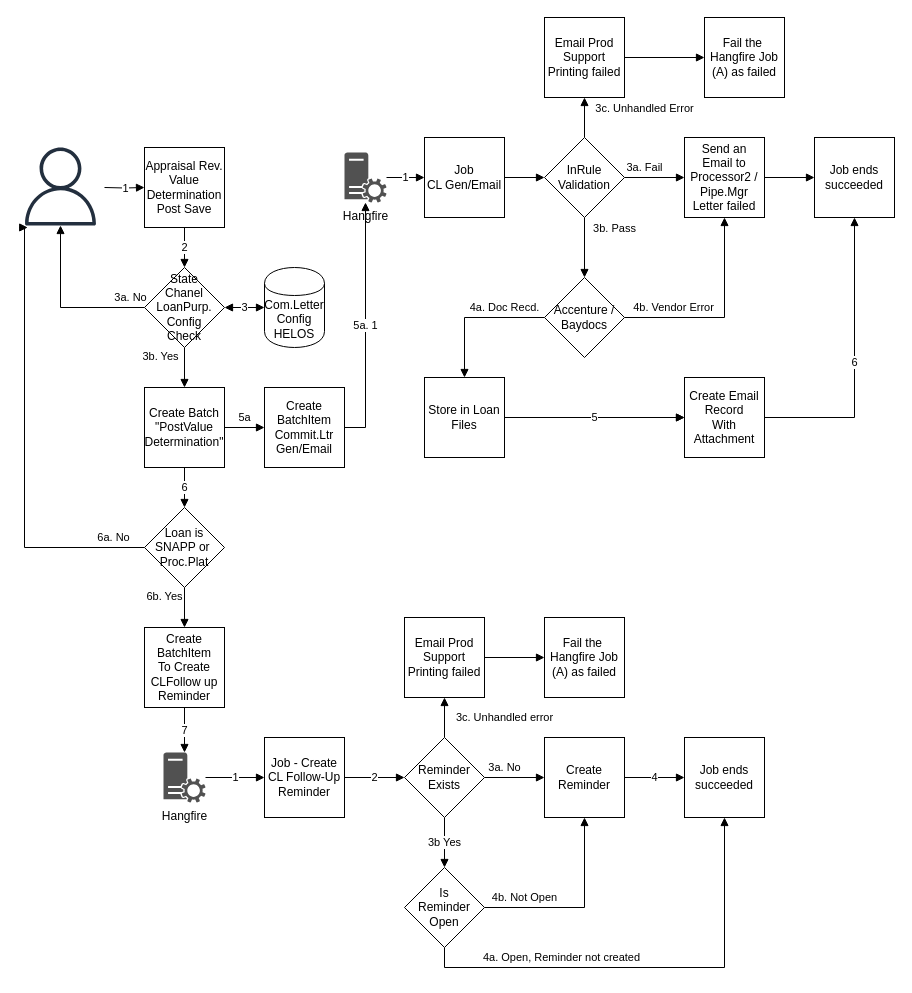
lhesnadeemshaikh/los keeps this draw.io diagram as page "WS/CLP" (4 of 6) of Untitled Diagram.drawio. Above is the earlier version. Source tidied: cells renumbered, new cells numbered last; positions are measured from the earlier drawing's top-left corner, leaving out a move shared by most shapes. Both pictures are drawn from the tidied source at 100%, with x=0, y=0 at pixel (21, 17).
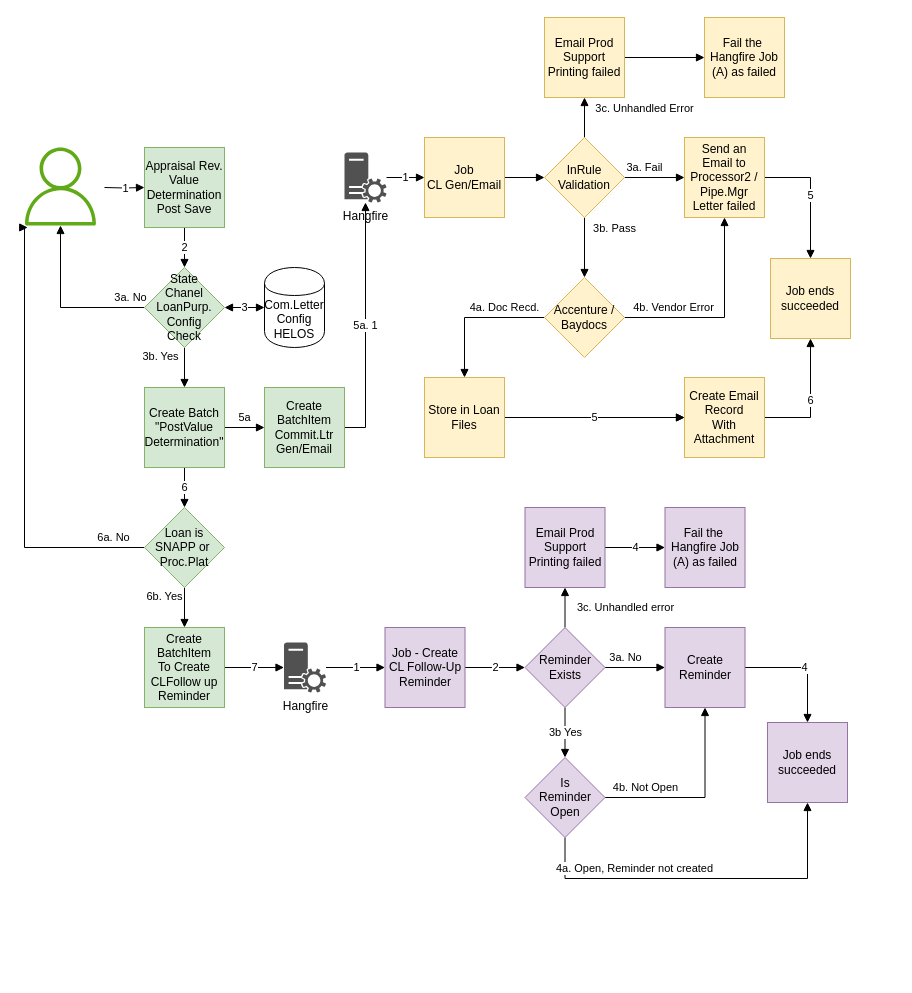
The same diagram, later.

Diff of the diagram source:
```diff
@@
-    <mxCell id="4" value="Appraisal Rev.&lt;br&gt;Value Determination&lt;br&gt;Post Save" style="whiteSpace=wrap;html=1;" parent="1" vertex="1">
+    <mxCell id="4" value="Appraisal Rev.&lt;br&gt;Value Determination&lt;br&gt;Post Save" style="whiteSpace=wrap;html=1;fillColor=#d5e8d4;strokeColor=#82b366;" parent="1" vertex="1">
       <mxGeometry x="123" y="130" width="80" height="80" as="geometry" />
     </mxCell>
@@
-    <mxCell id="6" value="Job&lt;br&gt;CL Gen/Email" style="whiteSpace=wrap;html=1;" parent="1" vertex="1">
+    <mxCell id="6" value="Job&lt;br&gt;CL Gen/Email" style="whiteSpace=wrap;html=1;fillColor=#fff2cc;strokeColor=#d6b656;" parent="1" vertex="1">
       <mxGeometry x="403" y="120" width="80" height="80" as="geometry" />
     </mxCell>
@@
-    <mxCell id="11" value="Accenture / Baydocs" style="rhombus;whiteSpace=wrap;html=1;" parent="1" vertex="1">
+    <mxCell id="11" value="Accenture / Baydocs" style="rhombus;whiteSpace=wrap;html=1;fillColor=#fff2cc;strokeColor=#d6b656;" parent="1" vertex="1">
       <mxGeometry x="523" y="260" width="80" height="80" as="geometry" />
     </mxCell>
@@
-    <mxCell id="14" value="Store in Loan&lt;br&gt;Files" style="whiteSpace=wrap;html=1;" parent="1" vertex="1">
+    <mxCell id="14" value="Store in Loan&lt;br&gt;Files" style="whiteSpace=wrap;html=1;fillColor=#fff2cc;strokeColor=#d6b656;" parent="1" vertex="1">
       <mxGeometry x="403" y="360" width="80" height="80" as="geometry" />
     </mxCell>
@@
-    <mxCell id="16" value="Create Email Record&lt;br&gt;With Attachment" style="whiteSpace=wrap;html=1;" parent="1" vertex="1">
+    <mxCell id="16" value="Create Email Record&lt;br&gt;With Attachment" style="whiteSpace=wrap;html=1;fillColor=#fff2cc;strokeColor=#d6b656;" parent="1" vertex="1">
       <mxGeometry x="663" y="360" width="80" height="80" as="geometry" />
     </mxCell>
@@
-    <mxCell id="19" value="Create Batch&lt;br&gt;&quot;PostValue&lt;br&gt;Determination&quot;" style="whiteSpace=wrap;html=1;" parent="1" vertex="1">
+    <mxCell id="19" value="Create Batch&lt;br&gt;&quot;PostValue&lt;br&gt;Determination&quot;" style="whiteSpace=wrap;html=1;fillColor=#d5e8d4;strokeColor=#82b366;" parent="1" vertex="1">
       <mxGeometry x="123" y="370" width="80" height="80" as="geometry" />
     </mxCell>
@@
-    <mxCell id="22" value="Job - Create CL Follow-Up Reminder" style="whiteSpace=wrap;html=1;" parent="1" vertex="1">
-      <mxGeometry x="243" y="720" width="80" height="80" as="geometry" />
+    <mxCell id="22" value="Job - Create CL Follow-Up Reminder" style="whiteSpace=wrap;html=1;fillColor=#e1d5e7;strokeColor=#9673a6;" parent="1" vertex="1">
+      <mxGeometry x="363.5" y="610" width="80" height="80" as="geometry" />
     </mxCell>
@@
-    <mxCell id="25" value="Loan is SNAPP or&amp;nbsp;&lt;br&gt;Proc.Plat" style="rhombus;whiteSpace=wrap;html=1;" parent="1" vertex="1">
+    <mxCell id="25" value="Loan is SNAPP or&amp;nbsp;&lt;br&gt;Proc.Plat" style="rhombus;whiteSpace=wrap;html=1;fillColor=#d5e8d4;strokeColor=#82b366;" parent="1" vertex="1">
       <mxGeometry x="123" y="490" width="80" height="80" as="geometry" />
     </mxCell>
@@
     <mxCell id="27" value="Hangfire" style="shadow=0;dashed=0;html=1;strokeColor=none;labelPosition=center;verticalLabelPosition=bottom;verticalAlign=top;align=center;fillColor=#515151;shape=mxgraph.mscae.system_center.roles;" parent="1" vertex="1">
-      <mxGeometry x="142" y="735" width="42" height="50" as="geometry" />
+      <mxGeometry x="262.5" y="625" width="42" height="50" as="geometry" />
     </mxCell>
-    <mxCell id="28" style="outlineConnect=0;fontColor=#232F3E;gradientColor=none;fillColor=#232F3E;strokeColor=none;dashed=0;verticalLabelPosition=bottom;verticalAlign=top;align=center;html=1;fontSize=12;fontStyle=0;shape=mxgraph.aws4.user;" parent="1" vertex="1">
+    <mxCell id="28" style="outlineConnect=0;fillColor=#60a917;strokeColor=#2D7600;dashed=0;verticalLabelPosition=bottom;verticalAlign=top;align=center;html=1;fontSize=12;fontStyle=0;shape=mxgraph.aws4.user;fontColor=#ffffff;" parent="1" vertex="1">
       <mxGeometry y="130" width="78" height="78" as="geometry" />
     </mxCell>
@@
-    <mxCell id="32" value="State &lt;br&gt;Chanel LoanPurp.&lt;br&gt;Config&lt;br&gt;Check" style="rhombus;whiteSpace=wrap;html=1;" parent="1" vertex="1">
+    <mxCell id="32" value="State &lt;br&gt;Chanel LoanPurp.&lt;br&gt;Config&lt;br&gt;Check" style="rhombus;whiteSpace=wrap;html=1;fillColor=#d5e8d4;strokeColor=#82b366;" parent="1" vertex="1">
       <mxGeometry x="123" y="250" width="80" height="80" as="geometry" />
     </mxCell>
@@
-    <mxCell id="34" value="Create BatchItem&lt;br&gt;Commit.Ltr&lt;br&gt;Gen/Email" style="whiteSpace=wrap;html=1;" parent="1" vertex="1">
+    <mxCell id="34" value="Create BatchItem&lt;br&gt;Commit.Ltr&lt;br&gt;Gen/Email" style="whiteSpace=wrap;html=1;fillColor=#d5e8d4;strokeColor=#82b366;" parent="1" vertex="1">
       <mxGeometry x="243" y="370" width="80" height="80" as="geometry" />
     </mxCell>
-    <mxCell id="35" value="7" style="edgeStyle=orthogonalEdgeStyle;rounded=0;jettySize=auto;html=1;entryX=0.5;entryY=0;entryDx=0;entryDy=0;entryPerimeter=0;startArrow=none;startFill=0;endArrow=block;endFill=1;" parent="1" edge="1" source="36" target="27">
+    <mxCell id="35" value="7" style="edgeStyle=orthogonalEdgeStyle;rounded=0;jettySize=auto;html=1;entryX=0;entryY=0.5;entryDx=0;entryDy=0;entryPerimeter=0;startArrow=none;startFill=0;endArrow=block;endFill=1;" parent="1" edge="1" source="36" target="27">
       <mxGeometry relative="1" as="geometry" />
     </mxCell>
-    <mxCell id="36" value="Create BatchItem&lt;br&gt;To Create&lt;br&gt;CLFollow up Reminder" style="whiteSpace=wrap;html=1;" parent="1" vertex="1">
+    <mxCell id="36" value="Create BatchItem&lt;br&gt;To Create&lt;br&gt;CLFollow up Reminder" style="whiteSpace=wrap;html=1;fillColor=#d5e8d4;strokeColor=#82b366;" parent="1" vertex="1">
       <mxGeometry x="123" y="610" width="80" height="80" as="geometry" />
     </mxCell>
@@
-    <mxCell id="40" value="InRule Validation" style="rhombus;whiteSpace=wrap;html=1;" parent="1" vertex="1">
+    <mxCell id="40" value="InRule Validation" style="rhombus;whiteSpace=wrap;html=1;fillColor=#fff2cc;strokeColor=#d6b656;" parent="1" vertex="1">
       <mxGeometry x="523" y="120" width="80" height="80" as="geometry" />
     </mxCell>
-    <mxCell id="41" style="edgeStyle=orthogonalEdgeStyle;rounded=0;jettySize=auto;html=1;entryX=0;entryY=0.5;entryDx=0;entryDy=0;startArrow=none;startFill=0;endArrow=block;endFill=1;" parent="1" edge="1" source="42" target="43">
+    <mxCell id="41" value="5" style="edgeStyle=orthogonalEdgeStyle;rounded=0;jettySize=auto;html=1;entryX=0.5;entryY=0;entryDx=0;entryDy=0;startArrow=none;startFill=0;endArrow=block;endFill=1;" parent="1" edge="1" source="42" target="43">
       <mxGeometry relative="1" as="geometry" />
     </mxCell>
-    <mxCell id="42" value="Send an Email to Processor2 / Pipe.Mgr&lt;br&gt;Letter failed" style="whiteSpace=wrap;html=1;" parent="1" vertex="1">
+    <mxCell id="42" value="Send an Email to Processor2 / Pipe.Mgr&lt;br&gt;Letter failed" style="whiteSpace=wrap;html=1;fillColor=#fff2cc;strokeColor=#d6b656;" parent="1" vertex="1">
       <mxGeometry x="663" y="120" width="80" height="80" as="geometry" />
     </mxCell>
-    <mxCell id="43" value="Job ends succeeded" style="whiteSpace=wrap;html=1;" parent="1" vertex="1">
-      <mxGeometry x="793" y="120" width="80" height="80" as="geometry" />
+    <mxCell id="43" value="Job ends succeeded" style="whiteSpace=wrap;html=1;fillColor=#fff2cc;strokeColor=#d6b656;" parent="1" vertex="1">
+      <mxGeometry x="749" y="241" width="80" height="80" as="geometry" />
     </mxCell>
@@
-    <mxCell id="45" value="Email Prod Support&lt;br&gt;Printing failed" style="whiteSpace=wrap;html=1;" parent="1" vertex="1">
+    <mxCell id="45" value="Email Prod Support&lt;br&gt;Printing failed" style="whiteSpace=wrap;html=1;fillColor=#fff2cc;strokeColor=#d6b656;" parent="1" vertex="1">
       <mxGeometry x="523" width="80" height="80" as="geometry" />
     </mxCell>
-    <mxCell id="46" value="Fail the&amp;nbsp; Hangfire Job (A) as failed" style="whiteSpace=wrap;html=1;" parent="1" vertex="1">
+    <mxCell id="46" value="Fail the&amp;nbsp; Hangfire Job (A) as failed" style="whiteSpace=wrap;html=1;fillColor=#fff2cc;strokeColor=#d6b656;" parent="1" vertex="1">
       <mxGeometry x="683" width="80" height="80" as="geometry" />
     </mxCell>
@@
-    <mxCell id="50" value="Reminder&lt;br&gt;Exists" style="rhombus;whiteSpace=wrap;html=1;" parent="1" vertex="1">
-      <mxGeometry x="383" y="720" width="80" height="80" as="geometry" />
+    <mxCell id="50" value="Reminder&lt;br&gt;Exists" style="rhombus;whiteSpace=wrap;html=1;fillColor=#e1d5e7;strokeColor=#9673a6;" parent="1" vertex="1">
+      <mxGeometry x="503.5" y="610" width="80" height="80" as="geometry" />
     </mxCell>
@@
-    <mxCell id="52" value="Create Reminder" style="whiteSpace=wrap;html=1;" parent="1" vertex="1">
-      <mxGeometry x="523" y="720" width="80" height="80" as="geometry" />
+    <mxCell id="52" value="Create Reminder" style="whiteSpace=wrap;html=1;fillColor=#e1d5e7;strokeColor=#9673a6;" parent="1" vertex="1">
+      <mxGeometry x="643.5" y="610" width="80" height="80" as="geometry" />
     </mxCell>
-    <mxCell id="53" value="Job ends succeeded" style="whiteSpace=wrap;html=1;" parent="1" vertex="1">
-      <mxGeometry x="663" y="720" width="80" height="80" as="geometry" />
+    <mxCell id="53" value="Job ends succeeded" style="whiteSpace=wrap;html=1;fillColor=#e1d5e7;strokeColor=#9673a6;" parent="1" vertex="1">
+      <mxGeometry x="746" y="705" width="80" height="80" as="geometry" />
     </mxCell>
     <mxCell id="54" value="4a. Open, Reminder not created" style="edgeStyle=orthogonalEdgeStyle;rounded=0;jettySize=auto;html=1;startArrow=none;startFill=0;endArrow=block;endFill=1;entryX=0.5;entryY=1;entryDx=0;entryDy=0;exitX=0.5;exitY=1;exitDx=0;exitDy=0;" parent="1" edge="1" source="56" target="53">
-      <mxGeometry x="-0.39" y="10" relative="1" as="geometry" />
+      <mxGeometry x="-0.39" y="10" relative="1" as="geometry">
+        <Array as="points">
+          <mxPoint x="544" y="861" />
+          <mxPoint x="786" y="861" />
+        </Array>
+      </mxGeometry>
     </mxCell>
@@
-    <mxCell id="56" value="Is&lt;br&gt;Reminder&lt;br&gt;Open" style="rhombus;whiteSpace=wrap;html=1;" parent="1" vertex="1">
-      <mxGeometry x="383" y="850" width="80" height="80" as="geometry" />
+    <mxCell id="56" value="Is&lt;br&gt;Reminder&lt;br&gt;Open" style="rhombus;whiteSpace=wrap;html=1;fillColor=#e1d5e7;strokeColor=#9673a6;" parent="1" vertex="1">
+      <mxGeometry x="503.5" y="740" width="80" height="80" as="geometry" />
     </mxCell>
-    <mxCell id="57" style="edgeStyle=orthogonalEdgeStyle;rounded=0;jettySize=auto;html=1;entryX=0;entryY=0.5;entryDx=0;entryDy=0;startArrow=none;startFill=0;endArrow=block;endFill=1;" parent="1" edge="1" source="58" target="59">
+    <mxCell id="57" value="4" style="edgeStyle=orthogonalEdgeStyle;rounded=0;jettySize=auto;html=1;entryX=0;entryY=0.5;entryDx=0;entryDy=0;startArrow=none;startFill=0;endArrow=block;endFill=1;" parent="1" edge="1" source="58" target="59">
       <mxGeometry relative="1" as="geometry" />
     </mxCell>
-    <mxCell id="58" value="Email Prod Support&lt;br&gt;Printing failed" style="whiteSpace=wrap;html=1;" parent="1" vertex="1">
-      <mxGeometry x="383" y="600" width="80" height="80" as="geometry" />
+    <mxCell id="58" value="Email Prod Support&lt;br&gt;Printing failed" style="whiteSpace=wrap;html=1;fillColor=#e1d5e7;strokeColor=#9673a6;" parent="1" vertex="1">
+      <mxGeometry x="503.5" y="490" width="80" height="80" as="geometry" />
     </mxCell>
-    <mxCell id="59" value="Fail the&amp;nbsp; Hangfire Job (A) as failed" style="whiteSpace=wrap;html=1;" parent="1" vertex="1">
-      <mxGeometry x="523" y="600" width="80" height="80" as="geometry" />
+    <mxCell id="59" value="Fail the&amp;nbsp; Hangfire Job (A) as failed" style="whiteSpace=wrap;html=1;fillColor=#e1d5e7;strokeColor=#9673a6;" parent="1" vertex="1">
+      <mxGeometry x="643.5" y="490" width="80" height="80" as="geometry" />
     </mxCell>
```
